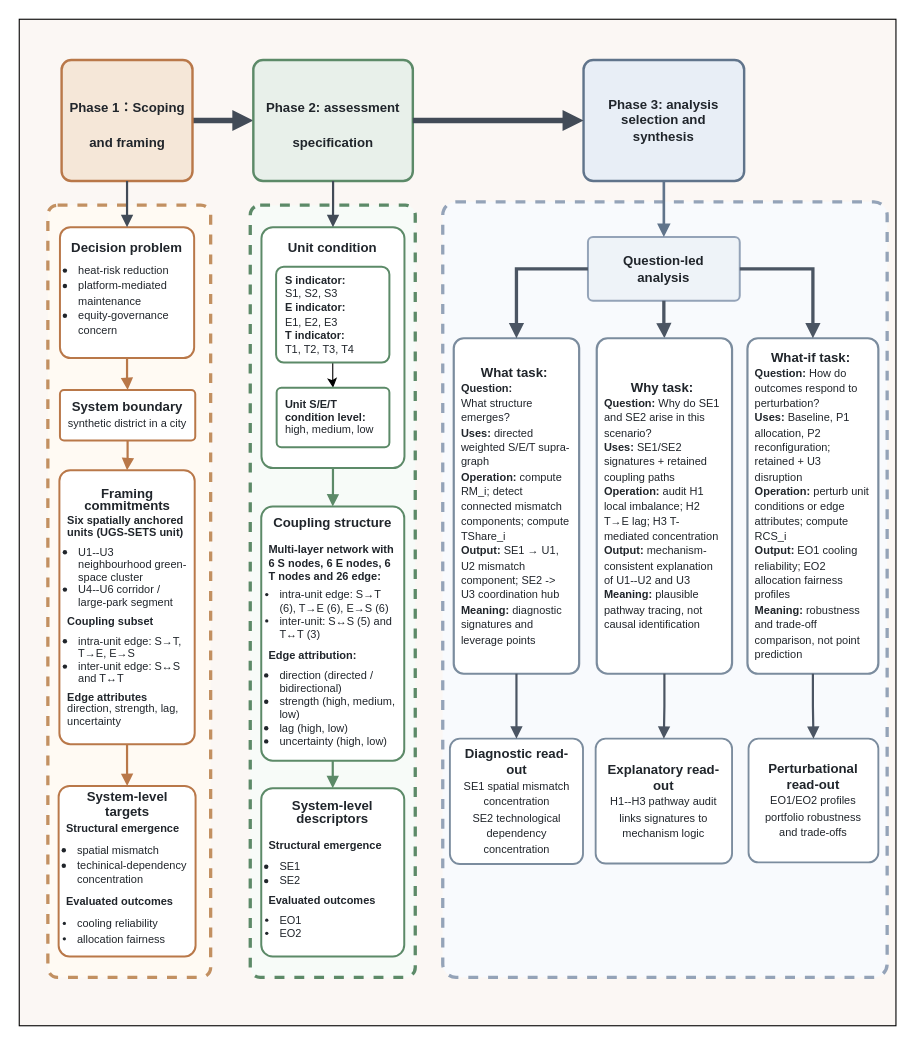
Earlier version of the draw.io diagram section6.drawio (ZixuanLi317/iodraw-files). Source tidied: cells renumbered, new cells numbered last; positions are measured from the earlier drawing's top-left corner, leaving out a move shared by most shapes. Both pictures are drawn from the tidied source at 110%, with x=0, y=0 at pixel (19, 19).
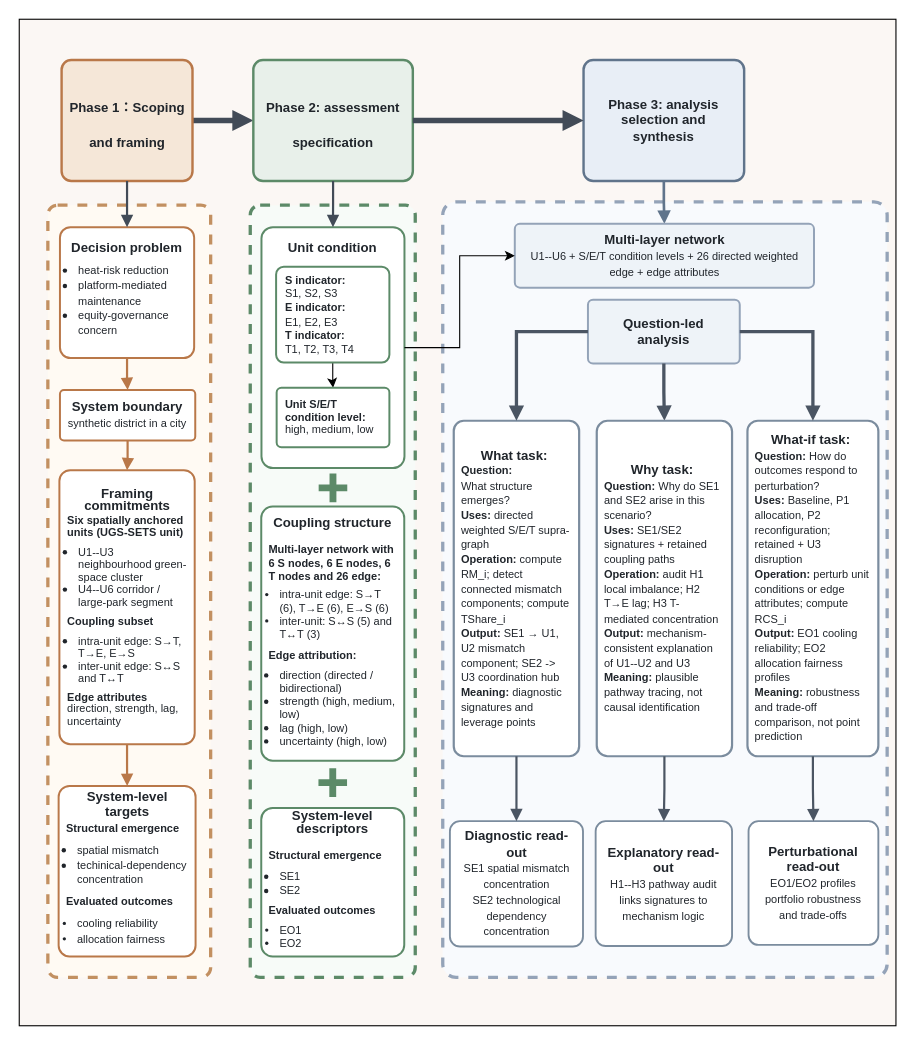
The same page after the edit.

Unchanged cells that the change refers to:
```xml
<mxCell id="17" value="&lt;div style=&quot;line-height:116%;&quot;&gt;&lt;b&gt;Unit condition&lt;/b&gt;&lt;br&gt;&lt;/div&gt;" style="whiteSpace=wrap;html=1;fillColor=#ffffff;strokeColor=#5c8a68;strokeWidth=1.8;fontSize=12;fontColor=#20252b;fontStyle=0;fontFamily=Helvetica;align=center;verticalAlign=top;spacing=8;rounded=1;arcSize=8;" parent="1" vertex="1">
  <mxGeometry x="220.2" y="189" width="130" height="219" as="geometry" />
</mxCell>
<mxCell id="19" value="&lt;div style=&quot;line-height: 100%;&quot;&gt;&lt;div style=&quot;margin-bottom: 0px;&quot;&gt;&lt;b&gt;Coupling structure&lt;/b&gt;&lt;/div&gt;&lt;div style=&quot;margin-bottom: 0px;&quot;&gt;&lt;b&gt;&lt;br&gt;&lt;/b&gt;&lt;div style=&quot;text-align: left; margin-bottom: 6px;&quot;&gt;&lt;span style=&quot;font-size: 10px; background-color: transparent; color: light-dark(rgb(32, 37, 43), rgb(201, 206, 211)); line-height: 100%;&quot;&gt;&lt;b&gt;Multi-layer network with 6 S nodes, 6 E nodes, 6 T nodes and 26 edge:&lt;/b&gt;&lt;/span&gt;&lt;/div&gt;&lt;font style=&quot;font-size: 10px; line-height: 100%;&quot;&gt;&lt;div style=&quot;text-align: left;&quot;&gt;&lt;ul style=&quot;padding-left: 10px; margin-top: 6px; margin-bottom: 6px; line-height: 120%;&quot;&gt;&lt;li&gt;&lt;span style=&quot;background-color: transparent; color: light-dark(rgb(32, 37, 43), rgb(201, 206, 211));&quot;&gt;intra-unit edge: S→T (6), T→E (6), E→S (6)&lt;/span&gt;&lt;/li&gt;&lt;li&gt;&lt;span style=&quot;background-color: transparent; color: light-dark(rgb(32, 37, 43), rgb(201, 206, 211));&quot;&gt;inter-unit: S↔S (5) and T↔T (3)&lt;/span&gt;&lt;/li&gt;&lt;/ul&gt;&lt;/div&gt;&lt;/font&gt;&lt;/div&gt;&lt;div style=&quot;text-align: left;&quot;&gt;&lt;font style=&quot;font-size: 10px; line-height: 100%;&quot;&gt;&lt;b&gt;Edge attribution:&lt;/b&gt;&lt;/font&gt;&lt;/div&gt;&lt;div style=&quot;text-align: left;&quot;&gt;&lt;ul style=&quot;padding-left: 10px; margin-top: 6px; margin-bottom: 6px;&quot;&gt;&lt;li&gt;&lt;font style=&quot;font-size: 10px; line-height: 100%;&quot;&gt;direction (directed / bidirectional)&lt;/font&gt;&lt;/li&gt;&lt;li&gt;&lt;font style=&quot;font-size: 10px; line-height: 100%;&quot;&gt;&lt;font&gt;strength (&lt;/font&gt;&lt;span style=&quot;background-color: transparent; color: light-dark(rgb(32, 37, 43), rgb(201, 206, 211));&quot;&gt;high, medium, low&lt;/span&gt;&lt;span style=&quot;background-color: transparent; color: light-dark(rgb(32, 37, 43), rgb(201, 206, 211));&quot;&gt;)&lt;/span&gt;&lt;/font&gt;&lt;/li&gt;&lt;li&gt;&lt;font style=&quot;font-size: 10px; line-height: 100%;&quot;&gt;&lt;font&gt;lag (&lt;/font&gt;&lt;span style=&quot;background-color: transparent; color: light-dark(rgb(32, 37, 43), rgb(201, 206, 211));&quot;&gt;high, low&lt;/span&gt;&lt;span style=&quot;background-color: transparent; color: light-dark(rgb(32, 37, 43), rgb(201, 206, 211));&quot;&gt;)&lt;/span&gt;&lt;/font&gt;&lt;/li&gt;&lt;li&gt;&lt;font style=&quot;font-size: 10px; line-height: 100%;&quot;&gt;&lt;font&gt;uncertainty (&lt;/font&gt;&lt;span style=&quot;background-color: transparent; color: light-dark(rgb(32, 37, 43), rgb(201, 206, 211));&quot;&gt;high, low&lt;/span&gt;&lt;span style=&quot;background-color: transparent; color: light-dark(rgb(32, 37, 43), rgb(201, 206, 211));&quot;&gt;)&lt;/span&gt;&lt;/font&gt;&lt;/li&gt;&lt;/ul&gt;&lt;/div&gt;&lt;/div&gt;" style="whiteSpace=wrap;html=1;fillColor=#ffffff;strokeColor=#5c8a68;strokeWidth=1.8;fontSize=12;fontColor=#20252b;fontStyle=0;fontFamily=Helvetica;align=center;verticalAlign=middle;spacing=8;rounded=1;arcSize=8;" parent="1" vertex="1">
  <mxGeometry x="220" y="443" width="130" height="231" as="geometry" />
</mxCell>
<mxCell id="25" value="&lt;b&gt;Phase 3: a&lt;/b&gt;&lt;font&gt;nalysis selection and synthesis&lt;/font&gt;" style="whiteSpace=wrap;html=1;fillColor=#e8eef6;strokeColor=#60748b;strokeWidth=2.2;fontSize=12;fontColor=#20252b;fontStyle=1;fontFamily=Helvetica;align=center;verticalAlign=middle;spacing=8;rounded=1;arcSize=8;" parent="1" vertex="1">
  <mxGeometry x="513" y="37" width="146" height="110" as="geometry" />
</mxCell>
```

What changed in the source:
```diff
@@
-    <mxCell id="4" value="&lt;font style=&quot;font-size: 12px;&quot;&gt;&lt;b style=&quot;&quot;&gt;Phase 1：&lt;/b&gt;&lt;font style=&quot;&quot;&gt;Scoping and framing&lt;/font&gt;&lt;/font&gt;" style="whiteSpace=wrap;html=1;fillColor=#f5e7d8;strokeColor=#b97849;strokeWidth=2.2;fontSize=26;fontColor=#20252b;fontStyle=1;fontFamily=Helvetica;align=center;verticalAlign=middle;spacing=8;rounded=1;arcSize=8;" parent="1" vertex="1">
+    <mxCell id="4" value="&lt;font style=&quot;font-size: 12px; line-height: 100%;&quot;&gt;&lt;b&gt;Phase 1：&lt;/b&gt;&lt;font&gt;Scoping and framing&lt;/font&gt;&lt;/font&gt;" style="whiteSpace=wrap;html=1;fillColor=#f5e7d8;strokeColor=#b97849;strokeWidth=2.2;fontSize=26;fontColor=#20252b;fontStyle=1;fontFamily=Helvetica;align=center;verticalAlign=middle;spacing=8;rounded=1;arcSize=8;" parent="1" vertex="1">
       <mxGeometry x="38.5" y="37" width="119" height="110" as="geometry" />
     </mxCell>
@@
-    <mxCell id="14" value="&lt;font style=&quot;font-size: 12px;&quot;&gt;&lt;b style=&quot;&quot;&gt;Phase 2:&amp;nbsp;&lt;/b&gt;&lt;font style=&quot;&quot;&gt;assessment specification&lt;/font&gt;&lt;/font&gt;" style="whiteSpace=wrap;html=1;fillColor=#e8f0ea;strokeColor=#5c8a68;strokeWidth=2.2;fontSize=26;fontColor=#20252b;fontStyle=1;fontFamily=Helvetica;align=center;verticalAlign=middle;spacing=8;rounded=1;arcSize=8;" parent="1" vertex="1">
+    <mxCell id="14" value="&lt;font style=&quot;font-size: 12px; line-height: 100%;&quot;&gt;&lt;b&gt;Phase 2:&amp;nbsp;&lt;/b&gt;&lt;font&gt;assessment specification&lt;/font&gt;&lt;/font&gt;" style="whiteSpace=wrap;html=1;fillColor=#e8f0ea;strokeColor=#5c8a68;strokeWidth=2.2;fontSize=26;fontColor=#20252b;fontStyle=1;fontFamily=Helvetica;align=center;verticalAlign=middle;spacing=8;rounded=1;arcSize=8;" parent="1" vertex="1">
       <mxGeometry x="212.8" y="37" width="145" height="110" as="geometry" />
     </mxCell>
@@
-    <mxCell id="16" style="edgeStyle=orthogonalEdgeStyle;rounded=0;jettySize=auto;html=1;strokeColor=#5c8a68;strokeWidth=2;align=center;verticalAlign=middle;fontFamily=Helvetica;fontSize=13;fontColor=#68717c;labelBackgroundColor=default;endArrow=block;endFill=1;" parent="1" edge="1" source="17" target="19">
-      <mxGeometry relative="1" as="geometry" />
-    </mxCell>
@@
-    <mxCell id="18" style="edgeStyle=orthogonalEdgeStyle;rounded=0;jettySize=auto;html=1;strokeColor=#5c8a68;strokeWidth=2;align=center;verticalAlign=middle;fontFamily=Helvetica;fontSize=13;fontColor=#68717c;labelBackgroundColor=default;endArrow=block;endFill=1;" parent="1" edge="1" source="19" target="24">
-      <mxGeometry relative="1" as="geometry" />
-    </mxCell>
@@
     <mxCell id="24" value="&lt;div style=&quot;line-height: 100%;&quot;&gt;&lt;div style=&quot;margin-bottom: 0px;&quot;&gt;&lt;b&gt;System-level descriptors&lt;/b&gt;&lt;/div&gt;&lt;div style=&quot;margin-bottom: 0px;&quot;&gt;&lt;b&gt;&lt;br&gt;&lt;/b&gt;&lt;div style=&quot;text-align: left; margin-bottom: 6px;&quot;&gt;&lt;div&gt;&lt;span style=&quot;font-size: 10px; background-color: transparent; color: light-dark(rgb(32, 37, 43), rgb(201, 206, 211));&quot;&gt;&lt;b&gt;Structural emergence&lt;/b&gt;&lt;/span&gt;&lt;/div&gt;&lt;div&gt;&lt;ul style=&quot;padding-left: 10px; margin-right: 0px; margin-top: 6px; margin-bottom: 6px;&quot;&gt;&lt;li&gt;&lt;span style=&quot;background-color: transparent; color: light-dark(rgb(32, 37, 43), rgb(201, 206, 211)); font-size: 10px;&quot;&gt;SE1&lt;/span&gt;&lt;/li&gt;&lt;li&gt;&lt;span style=&quot;font-size: 10px;&quot;&gt;SE2&lt;/span&gt;&lt;/li&gt;&lt;/ul&gt;&lt;/div&gt;&lt;font style=&quot;text-align: center; font-size: 10px;&quot;&gt;&lt;div style=&quot;text-align: left;&quot;&gt;&lt;span style=&quot;background-color: transparent; color: light-dark(rgb(32, 37, 43), rgb(201, 206, 211));&quot;&gt;&lt;b&gt;Evaluated outcomes&lt;/b&gt;&lt;/span&gt;&lt;/div&gt;&lt;div style=&quot;text-align: left;&quot;&gt;&lt;ul style=&quot;padding-left: 10px; margin-top: 6px; margin-bottom: 6px;&quot;&gt;&lt;li&gt;EO1&lt;/li&gt;&lt;li&gt;&lt;span style=&quot;background-color: transparent; color: light-dark(rgb(32, 37, 43), rgb(201, 206, 211));&quot;&gt;EO2&lt;/span&gt;&lt;/li&gt;&lt;/ul&gt;&lt;/div&gt;&lt;/font&gt;&lt;/div&gt;&lt;/div&gt;&lt;/div&gt;" style="whiteSpace=wrap;html=1;fillColor=#ffffff;strokeColor=#5c8a68;strokeWidth=1.8;fontSize=12;fontColor=#20252b;fontStyle=0;fontFamily=Helvetica;align=center;verticalAlign=middle;spacing=8;rounded=1;arcSize=8;" parent="1" vertex="1">
-      <mxGeometry x="220" y="699" width="130" height="153" as="geometry" />
+      <mxGeometry x="220" y="717" width="130" height="135" as="geometry" />
     </mxCell>
@@
     <mxCell id="27" value="&lt;b&gt;Question-led analysis&lt;/b&gt;" style="whiteSpace=wrap;html=1;fillColor=#eef3f8;strokeColor=#94a3b8;strokeWidth=1.8;fontSize=12;fontColor=#20252b;fontStyle=1;fontFamily=Helvetica;align=center;verticalAlign=middle;spacing=8;rounded=1;arcSize=8;" parent="1" vertex="1">
-      <mxGeometry x="517" y="198" width="138" height="58" as="geometry" />
+      <mxGeometry x="517" y="255" width="138" height="58" as="geometry" />
     </mxCell>
-    <mxCell id="28" style="edgeStyle=orthogonalEdgeStyle;rounded=0;jettySize=auto;html=1;strokeColor=#60748b;strokeWidth=2.4;fontSize=13;fontColor=#68717c;fontFamily=Helvetica;align=center;verticalAlign=middle;endArrow=block;endFill=1;" parent="1" edge="1" source="25" target="27">
+    <mxCell id="28" style="edgeStyle=orthogonalEdgeStyle;rounded=0;jettySize=auto;html=1;strokeColor=#60748b;strokeWidth=2.4;fontSize=13;fontColor=#68717c;fontFamily=Helvetica;align=center;verticalAlign=middle;endArrow=block;endFill=1;entryX=0.5;entryY=0;entryDx=0;entryDy=0;" parent="1" edge="1" source="25" target="42">
       <mxGeometry relative="1" as="geometry" />
     </mxCell>
     <mxCell id="29" value="&lt;div style=&quot;line-height:112%;&quot;&gt;&lt;b&gt;What task:&amp;nbsp;&lt;/b&gt;&lt;br&gt;&lt;div style=&quot;text-align: left;&quot;&gt;&lt;b style=&quot;font-size: 10px; background-color: transparent; color: light-dark(rgb(32, 37, 43), rgb(201, 206, 211));&quot;&gt;Question:&lt;/b&gt;&lt;/div&gt;&lt;div style=&quot;text-align: left;&quot;&gt;&lt;span style=&quot;font-size: 10px; background-color: transparent; color: light-dark(rgb(32, 37, 43), rgb(201, 206, 211));&quot;&gt;What structure emerges?&lt;/span&gt;&lt;/div&gt;&lt;font style=&quot;font-size: 10px;&quot;&gt;&lt;div style=&quot;text-align: left;&quot;&gt;&lt;b style=&quot;background-color: transparent; color: light-dark(rgb(32, 37, 43), rgb(201, 206, 211));&quot;&gt;Uses:&lt;/b&gt;&lt;span style=&quot;background-color: transparent; color: light-dark(rgb(32, 37, 43), rgb(201, 206, 211));&quot;&gt; directed weighted S/E/T supra-graph&lt;/span&gt;&lt;/div&gt;&lt;b style=&quot;&quot;&gt;&lt;div style=&quot;text-align: left;&quot;&gt;&lt;b style=&quot;background-color: transparent; color: light-dark(rgb(32, 37, 43), rgb(201, 206, 211));&quot;&gt;Operation:&lt;/b&gt;&lt;span style=&quot;background-color: transparent; color: light-dark(rgb(32, 37, 43), rgb(201, 206, 211)); font-weight: normal;&quot;&gt; compute RM_i; detect connected mismatch components; compute TShare_i&lt;/span&gt;&lt;/div&gt;&lt;/b&gt;&lt;b style=&quot;&quot;&gt;&lt;div style=&quot;text-align: left;&quot;&gt;&lt;b style=&quot;background-color: transparent; color: light-dark(rgb(32, 37, 43), rgb(201, 206, 211));&quot;&gt;Output:&lt;/b&gt;&lt;span style=&quot;background-color: transparent; color: light-dark(rgb(32, 37, 43), rgb(201, 206, 211)); font-weight: normal;&quot;&gt; SE1&amp;nbsp;&lt;/span&gt;&lt;span style=&quot;background-color: transparent; color: light-dark(rgb(32, 37, 43), rgb(201, 206, 211)); font-weight: normal;&quot;&gt;→&lt;/span&gt;&lt;span style=&quot;background-color: transparent; color: light-dark(rgb(32, 37, 43), rgb(201, 206, 211)); font-weight: normal;&quot;&gt;&amp;nbsp;U1, U2 mismatch component; SE2 -&amp;gt; U3 coordination hub&lt;/span&gt;&lt;/div&gt;&lt;/b&gt;&lt;b style=&quot;&quot;&gt;&lt;div style=&quot;text-align: left;&quot;&gt;&lt;b style=&quot;background-color: transparent; color: light-dark(rgb(32, 37, 43), rgb(201, 206, 211));&quot;&gt;Meaning:&lt;/b&gt;&lt;span style=&quot;background-color: transparent; color: light-dark(rgb(32, 37, 43), rgb(201, 206, 211)); font-weight: normal;&quot;&gt; diagnostic signatures and leverage points&lt;/span&gt;&lt;/div&gt;&lt;/b&gt;&lt;/font&gt;&lt;/div&gt;" style="whiteSpace=wrap;html=1;fillColor=#ffffff;strokeColor=#7b8c9e;strokeWidth=2;fontSize=12;fontColor=#20252b;fontStyle=0;fontFamily=Helvetica;align=center;verticalAlign=middle;spacing=8;rounded=1;arcSize=8;" parent="1" vertex="1">
-      <mxGeometry x="395" y="290" width="114" height="305" as="geometry" />
+      <mxGeometry x="395" y="365" width="114" height="305" as="geometry" />
     </mxCell>
     <mxCell id="30" value="&lt;div style=&quot;line-height:112%;&quot;&gt;&lt;b&gt;What-if task:&amp;nbsp;&lt;/b&gt;&lt;br&gt;&lt;div style=&quot;text-align: left;&quot;&gt;&lt;b style=&quot;font-size: 10px; background-color: transparent; color: light-dark(rgb(32, 37, 43), rgb(201, 206, 211));&quot;&gt;Question:&lt;/b&gt;&lt;span style=&quot;font-size: 10px; background-color: transparent; color: light-dark(rgb(32, 37, 43), rgb(201, 206, 211));&quot;&gt; How do outcomes respond to perturbation?&lt;/span&gt;&lt;/div&gt;&lt;font style=&quot;font-size: 10px;&quot;&gt;&lt;div style=&quot;text-align: left;&quot;&gt;&lt;b style=&quot;background-color: transparent; color: light-dark(rgb(32, 37, 43), rgb(201, 206, 211));&quot;&gt;Uses:&lt;/b&gt;&lt;span style=&quot;background-color: transparent; color: light-dark(rgb(32, 37, 43), rgb(201, 206, 211));&quot;&gt; Baseline, P1 allocation, P2 reconfiguration; retained + U3 disruption&lt;/span&gt;&lt;/div&gt;&lt;b style=&quot;&quot;&gt;&lt;div style=&quot;text-align: left;&quot;&gt;&lt;b style=&quot;background-color: transparent; color: light-dark(rgb(32, 37, 43), rgb(201, 206, 211));&quot;&gt;Operation:&lt;/b&gt;&lt;span style=&quot;background-color: transparent; color: light-dark(rgb(32, 37, 43), rgb(201, 206, 211)); font-weight: normal;&quot;&gt; perturb unit conditions or edge attributes; compute RCS_i&lt;/span&gt;&lt;/div&gt;&lt;/b&gt;&lt;b style=&quot;&quot;&gt;&lt;div style=&quot;text-align: left;&quot;&gt;&lt;b style=&quot;background-color: transparent; color: light-dark(rgb(32, 37, 43), rgb(201, 206, 211));&quot;&gt;Output:&lt;/b&gt;&lt;span style=&quot;background-color: transparent; color: light-dark(rgb(32, 37, 43), rgb(201, 206, 211)); font-weight: normal;&quot;&gt; EO1 cooling reliability; EO2 allocation fairness profiles&lt;/span&gt;&lt;/div&gt;&lt;/b&gt;&lt;b style=&quot;&quot;&gt;&lt;div style=&quot;text-align: left;&quot;&gt;&lt;b style=&quot;background-color: transparent; color: light-dark(rgb(32, 37, 43), rgb(201, 206, 211));&quot;&gt;Meaning:&lt;/b&gt;&lt;span style=&quot;background-color: transparent; color: light-dark(rgb(32, 37, 43), rgb(201, 206, 211)); font-weight: normal;&quot;&gt; robustness and trade-off comparison, not point prediction&lt;/span&gt;&lt;/div&gt;&lt;/b&gt;&lt;/font&gt;&lt;/div&gt;" style="whiteSpace=wrap;html=1;fillColor=#ffffff;strokeColor=#7b8c9e;strokeWidth=2;fontSize=12;fontColor=#20252b;fontStyle=0;fontFamily=Helvetica;align=center;verticalAlign=middle;spacing=8;rounded=1;arcSize=8;" parent="1" vertex="1">
-      <mxGeometry x="662" y="290" width="119" height="305" as="geometry" />
+      <mxGeometry x="662" y="365" width="119" height="305" as="geometry" />
     </mxCell>
@@
     <mxCell id="34" value="&lt;b&gt;Diagnostic read-out&lt;/b&gt;&lt;br&gt;&lt;font style=&quot;font-size: 10px;&quot;&gt;SE1 spatial mismatch concentration&lt;br&gt;SE2 technological dependency concentration&lt;/font&gt;" style="whiteSpace=wrap;html=1;fillColor=#ffffff;strokeColor=#7b8c9e;strokeWidth=1.7;fontSize=12;fontColor=#20252b;fontStyle=0;fontFamily=Helvetica;align=center;verticalAlign=middle;spacing=8;rounded=1;arcSize=8;" parent="1" vertex="1">
-      <mxGeometry x="391.5" y="654" width="121" height="114" as="geometry" />
+      <mxGeometry x="391.5" y="729" width="121" height="114" as="geometry" />
     </mxCell>
     <mxCell id="35" value="&lt;b&gt;Explanatory read-out&lt;/b&gt;&lt;br&gt;&lt;font style=&quot;font-size: 10px;&quot;&gt;H1--H3 pathway audit&lt;br&gt;links signatures to mechanism logic&lt;/font&gt;" style="whiteSpace=wrap;html=1;fillColor=#ffffff;strokeColor=#7b8c9e;strokeWidth=1.7;fontSize=12;fontColor=#20252b;fontStyle=0;fontFamily=Helvetica;align=center;verticalAlign=middle;spacing=8;rounded=1;arcSize=8;" parent="1" vertex="1">
-      <mxGeometry x="524" y="654" width="124" height="113.5" as="geometry" />
+      <mxGeometry x="524" y="729" width="124" height="113.5" as="geometry" />
     </mxCell>
     <mxCell id="36" value="&lt;b&gt;Perturbational read-out&lt;/b&gt;&lt;br&gt;&lt;font style=&quot;font-size: 10px;&quot;&gt;EO1/EO2 profiles&lt;br&gt;portfolio robustness and trade-offs&lt;/font&gt;" style="whiteSpace=wrap;html=1;fillColor=#ffffff;strokeColor=#7b8c9e;strokeWidth=1.7;fontSize=12;fontColor=#20252b;fontStyle=0;fontFamily=Helvetica;align=center;verticalAlign=middle;spacing=8;rounded=1;arcSize=8;" parent="1" vertex="1">
-      <mxGeometry x="663" y="654" width="118" height="112.5" as="geometry" />
+      <mxGeometry x="663" y="729" width="118" height="112.5" as="geometry" />
     </mxCell>
@@
     <mxCell id="39" value="&lt;div style=&quot;line-height:112%;&quot;&gt;&lt;b&gt;Why task:&amp;nbsp;&lt;/b&gt;&lt;br&gt;&lt;div style=&quot;text-align: left;&quot;&gt;&lt;b style=&quot;font-size: 10px; background-color: transparent; color: light-dark(rgb(32, 37, 43), rgb(201, 206, 211));&quot;&gt;Question:&lt;/b&gt;&lt;span style=&quot;font-size: 10px; background-color: transparent; color: light-dark(rgb(32, 37, 43), rgb(201, 206, 211));&quot;&gt; Why do SE1 and SE2 arise in this scenario?&lt;/span&gt;&lt;/div&gt;&lt;font style=&quot;font-size: 10px;&quot;&gt;&lt;div style=&quot;text-align: left;&quot;&gt;&lt;b style=&quot;background-color: transparent; color: light-dark(rgb(32, 37, 43), rgb(201, 206, 211));&quot;&gt;Uses:&lt;/b&gt;&lt;span style=&quot;background-color: transparent; color: light-dark(rgb(32, 37, 43), rgb(201, 206, 211));&quot;&gt; SE1/SE2 signatures + retained coupling paths&lt;/span&gt;&lt;/div&gt;&lt;b style=&quot;&quot;&gt;&lt;div style=&quot;text-align: left;&quot;&gt;&lt;b style=&quot;background-color: transparent; color: light-dark(rgb(32, 37, 43), rgb(201, 206, 211));&quot;&gt;Operation:&lt;/b&gt;&lt;span style=&quot;background-color: transparent; color: light-dark(rgb(32, 37, 43), rgb(201, 206, 211)); font-weight: normal;&quot;&gt; audit H1 local imbalance; H2 T&lt;/span&gt;&lt;span style=&quot;background-color: transparent; color: light-dark(rgb(32, 37, 43), rgb(201, 206, 211)); font-weight: normal;&quot;&gt;→&lt;/span&gt;&lt;span style=&quot;background-color: transparent; color: light-dark(rgb(32, 37, 43), rgb(201, 206, 211)); font-weight: normal;&quot;&gt;E lag; H3 T-mediated concentration&lt;/span&gt;&lt;/div&gt;&lt;/b&gt;&lt;b style=&quot;&quot;&gt;&lt;div style=&quot;text-align: left;&quot;&gt;&lt;b style=&quot;background-color: transparent; color: light-dark(rgb(32, 37, 43), rgb(201, 206, 211));&quot;&gt;Output:&lt;/b&gt;&lt;span style=&quot;background-color: transparent; color: light-dark(rgb(32, 37, 43), rgb(201, 206, 211)); font-weight: normal;&quot;&gt; mechanism-consistent explanation of U1--U2 and U3&lt;/span&gt;&lt;/div&gt;&lt;/b&gt;&lt;b style=&quot;&quot;&gt;&lt;div style=&quot;text-align: left;&quot;&gt;&lt;b style=&quot;background-color: transparent; color: light-dark(rgb(32, 37, 43), rgb(201, 206, 211));&quot;&gt;Meaning:&lt;/b&gt;&lt;span style=&quot;background-color: transparent; color: light-dark(rgb(32, 37, 43), rgb(201, 206, 211)); font-weight: normal;&quot;&gt; plausible pathway tracing, not causal identification&lt;/span&gt;&lt;/div&gt;&lt;/b&gt;&lt;/font&gt;&lt;/div&gt;" style="whiteSpace=wrap;html=1;fillColor=#ffffff;strokeColor=#7b8c9e;strokeWidth=2;fontSize=12;fontColor=#20252b;fontStyle=0;fontFamily=Helvetica;align=center;verticalAlign=middle;spacing=8;rounded=1;arcSize=8;" parent="1" vertex="1">
-      <mxGeometry x="525" y="290" width="123" height="305" as="geometry" />
+      <mxGeometry x="525" y="365" width="123" height="305" as="geometry" />
     </mxCell>
@@
+    <mxCell id="42" value="&lt;b&gt;Multi-layer network&lt;/b&gt;&lt;div&gt;&lt;font style=&quot;font-size: 10px; font-weight: normal;&quot;&gt;U1--U6 + S/E/T condition levels + 26 directed weighted edge + edge attributes&lt;/font&gt;&lt;/div&gt;" style="whiteSpace=wrap;html=1;fillColor=#eef3f8;strokeColor=#94a3b8;strokeWidth=1.8;fontSize=12;fontColor=#20252b;fontStyle=1;fontFamily=Helvetica;align=center;verticalAlign=middle;spacing=8;rounded=1;arcSize=8;" parent="1" vertex="1">
+      <mxGeometry x="450.5" y="186" width="272" height="58" as="geometry" />
+    </mxCell>
+    <mxCell id="43" style="edgeStyle=orthogonalEdgeStyle;rounded=0;jettySize=auto;html=1;entryX=0;entryY=0.5;entryDx=0;entryDy=0;" parent="1" edge="1" source="17" target="42">
+      <mxGeometry relative="1" as="geometry" />
+    </mxCell>
+    <mxCell id="44" style="shape=cross;whiteSpace=wrap;html=1;size=0.23976608187134926;rounded=1;strokeColor=none;align=center;verticalAlign=middle;spacing=10;arcSize=10;fontFamily=Helvetica;fontSize=12;fontColor=#20252b;fontStyle=0;fillColor=light-dark(#5c8a68, #121212);" parent="1" vertex="1">
+      <mxGeometry x="272.2" y="413" width="26" height="26" as="geometry" />
+    </mxCell>
+    <mxCell id="45" style="shape=cross;whiteSpace=wrap;html=1;size=0.23976608187134926;rounded=1;strokeColor=none;align=center;verticalAlign=middle;spacing=10;arcSize=10;fontFamily=Helvetica;fontSize=12;fontColor=#20252b;fontStyle=0;fillColor=light-dark(#5c8a68, #121212);" parent="1" vertex="1">
+      <mxGeometry x="272" y="681" width="26" height="26" as="geometry" />
+    </mxCell>
```
